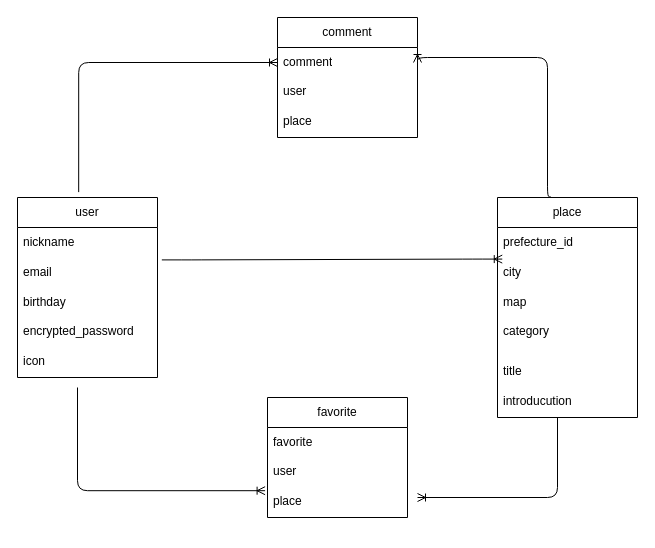
Earlier version of the draw.io diagram seichi.dio (D0lph1n25/seichi1205). Source tidied: cells renumbered, new cells numbered last; positions are measured from the earlier drawing's top-left corner, leaving out a move shared by most shapes. Both pictures are drawn from the tidied source at 100%, with x=0, y=0 at pixel (17, 17).
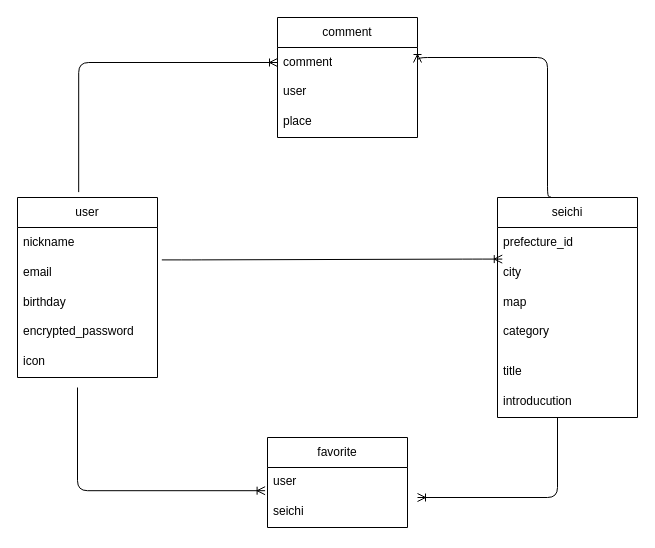
The same page after the edit.

Diff of the diagram source:
```diff
@@
-    <mxCell id="12" value="place" style="swimlane;fontStyle=0;horizontal=1;startSize=30;whiteSpace=wrap;html=1;" parent="1" vertex="1">
+    <mxCell id="12" value="seichi" style="swimlane;fontStyle=0;horizontal=1;startSize=30;whiteSpace=wrap;html=1;" parent="1" vertex="1">
       <mxGeometry x="480" y="180" width="140" height="220" as="geometry" />
     </mxCell>
@@
     <mxCell id="19" value="favorite" style="swimlane;fontStyle=0;horizontal=1;startSize=30;whiteSpace=wrap;html=1;" parent="1" vertex="1">
-      <mxGeometry x="250" y="380" width="140" height="120" as="geometry" />
+      <mxGeometry x="250" y="420" width="140" height="90" as="geometry" />
     </mxCell>
-    <mxCell id="20" value="favorite" style="text;strokeColor=none;fillColor=none;align=left;verticalAlign=middle;spacingLeft=4;spacingRight=4;overflow=hidden;whiteSpace=wrap;html=1;" parent="19" vertex="1">
-      <mxGeometry y="30" width="140" height="30" as="geometry" />
-    </mxCell>
     <mxCell id="21" value="user" style="text;strokeColor=none;fillColor=none;spacingLeft=4;spacingRight=4;overflow=hidden;fontSize=12;" parent="19" vertex="1">
-      <mxGeometry y="60" width="140" height="30" as="geometry" />
+      <mxGeometry y="30" width="140" height="30" as="geometry" />
     </mxCell>
-    <mxCell id="22" value="place" style="text;strokeColor=none;fillColor=none;spacingLeft=4;spacingRight=4;overflow=hidden;fontSize=12;" parent="19" vertex="1">
-      <mxGeometry y="90" width="140" height="30" as="geometry" />
+    <mxCell id="22" value="seichi" style="text;strokeColor=none;fillColor=none;spacingLeft=4;spacingRight=4;overflow=hidden;fontSize=12;" parent="19" vertex="1">
+      <mxGeometry y="60" width="140" height="30" as="geometry" />
     </mxCell>
```
